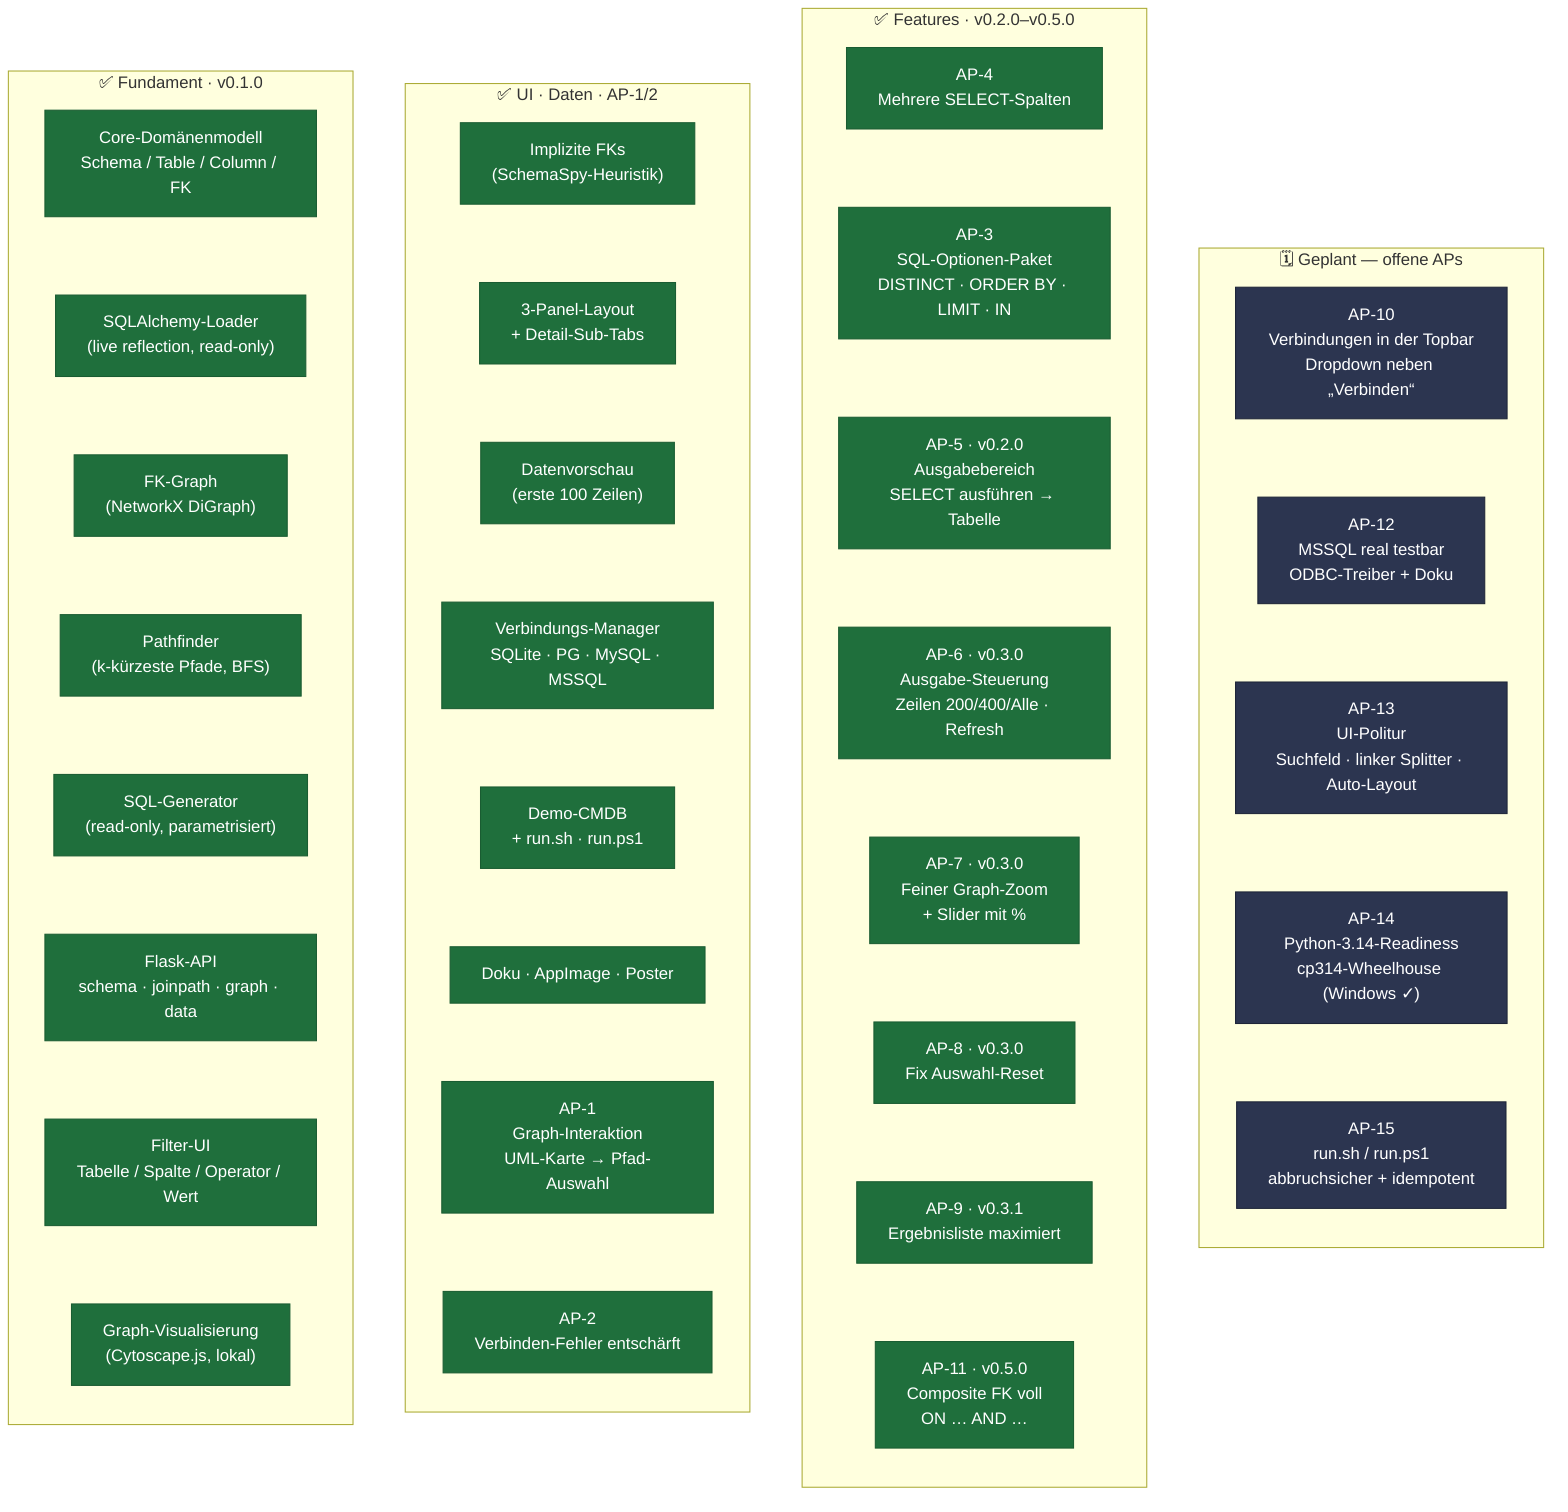
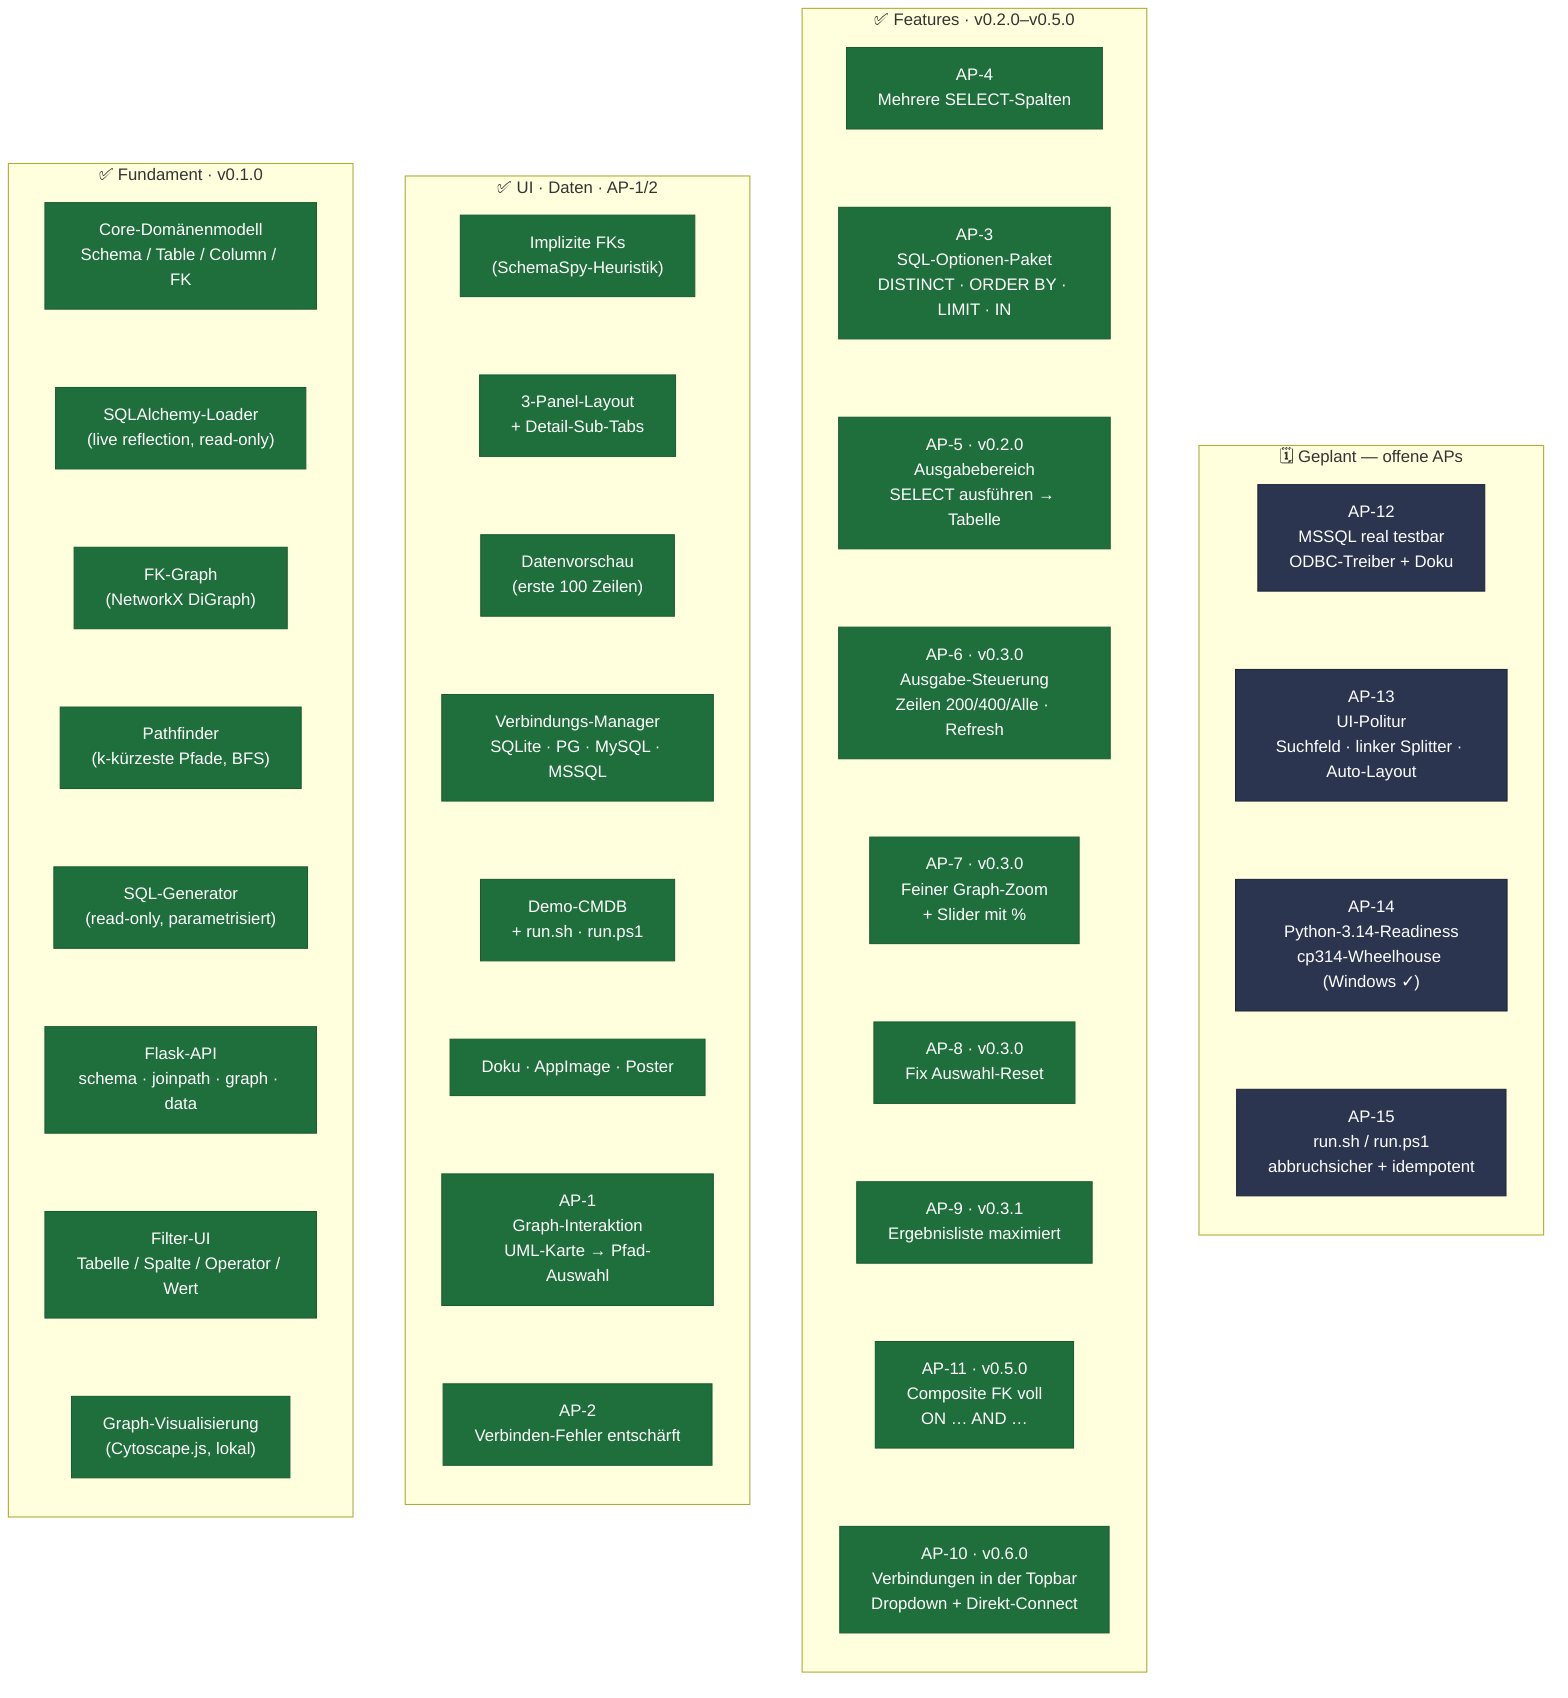
flowchart LR
    classDef done fill:#1f6f3c,color:#fff,stroke:#1a5c32
    classDef wip  fill:#7a5c00,color:#fff,stroke:#5e4600
    classDef plan fill:#2c3550,color:#fff,stroke:#1e2538

    subgraph S1["✅  Fundament · v0.1.0"]
        direction TB
        D1["Core-Domänenmodell\nSchema / Table / Column / FK"]
        D2["SQLAlchemy-Loader\n(live reflection, read-only)"]
        D3["FK-Graph\n(NetworkX DiGraph)"]
        D4["Pathfinder\n(k-kürzeste Pfade, BFS)"]
        D5["SQL-Generator\n(read-only, parametrisiert)"]
        D6["Flask-API\nschema · joinpath · graph · data"]
        D7["Filter-UI\nTabelle / Spalte / Operator / Wert"]
        D8["Graph-Visualisierung\n(Cytoscape.js, lokal)"]
        D1 ~~~ D2 ~~~ D3 ~~~ D4 ~~~ D5 ~~~ D6 ~~~ D7 ~~~ D8
    end

    subgraph S2["✅  UI · Daten · AP-1/2"]
        direction TB
        D9["Implizite FKs\n(SchemaSpy-Heuristik)"]
        D10["3-Panel-Layout\n+ Detail-Sub-Tabs"]
        D11["Datenvorschau\n(erste 100 Zeilen)"]
        D12["Verbindungs-Manager\nSQLite · PG · MySQL · MSSQL"]
        D13["Demo-CMDB\n+ run.sh · run.ps1"]
        D14["Doku · AppImage · Poster"]
        D15["AP-1\nGraph-Interaktion\nUML-Karte → Pfad-Auswahl"]
        D16["AP-2\nVerbinden-Fehler entschärft"]
        D9 ~~~ D10 ~~~ D11 ~~~ D12 ~~~ D13 ~~~ D14 ~~~ D15 ~~~ D16
    end

    subgraph S3["✅  Features · v0.2.0–v0.5.0"]
        direction TB
        D17["AP-4\nMehrere SELECT-Spalten"]
        D18["AP-3\nSQL-Optionen-Paket\nDISTINCT · ORDER BY · LIMIT · IN"]
        D19["AP-5 · v0.2.0\nAusgabebereich\nSELECT ausführen → Tabelle"]
        D20["AP-6 · v0.3.0\nAusgabe-Steuerung\nZeilen 200/400/Alle · Refresh"]
        D21["AP-7 · v0.3.0\nFeiner Graph-Zoom\n+ Slider mit %"]
        D22["AP-8 · v0.3.0\nFix Auswahl-Reset"]
        D23["AP-9 · v0.3.1\nErgebnisliste maximiert"]
        D24["AP-11 · v0.5.0\nComposite FK voll\nON … AND …"]
-         D17 ~~~ D18 ~~~ D19 ~~~ D20 ~~~ D21 ~~~ D22 ~~~ D23 ~~~ D24
+         D25["AP-10 · v0.6.0\nVerbindungen in der Topbar\nDropdown + Direkt-Connect"]
+         D17 ~~~ D18 ~~~ D19 ~~~ D20 ~~~ D21 ~~~ D22 ~~~ D23 ~~~ D24 ~~~ D25
    end

    subgraph S4["🗓️  Geplant — offene APs"]
        direction TB
-         P10["AP-10\nVerbindungen in der Topbar\nDropdown neben „Verbinden“"]
        P12["AP-12\nMSSQL real testbar\nODBC-Treiber + Doku"]
        P13["AP-13\nUI-Politur\nSuchfeld · linker Splitter · Auto-Layout"]
        P14["AP-14\nPython-3.14-Readiness\ncp314-Wheelhouse (Windows ✓)"]
        P15["AP-15\nrun.sh / run.ps1\nabbruchsicher + idempotent"]
-         P10 ~~~ P12 ~~~ P13 ~~~ P14 ~~~ P15
+         P12 ~~~ P13 ~~~ P14 ~~~ P15
    end

    %% Subgraphs nebeneinander erzwingen (sonst stapelt dagre sie vertikal)
    S1 ~~~ S2 ~~~ S3 ~~~ S4

-     class D1,D2,D3,D4,D5,D6,D7,D8,D9,D10,D11,D12,D13,D14,D15,D16,D17,D18,D19,D20,D21,D22,D23,D24 done
-     class P10,P12,P13,P14,P15 plan
+     class D1,D2,D3,D4,D5,D6,D7,D8,D9,D10,D11,D12,D13,D14,D15,D16,D17,D18,D19,D20,D21,D22,D23,D24,D25 done
+     class P12,P13,P14,P15 plan
